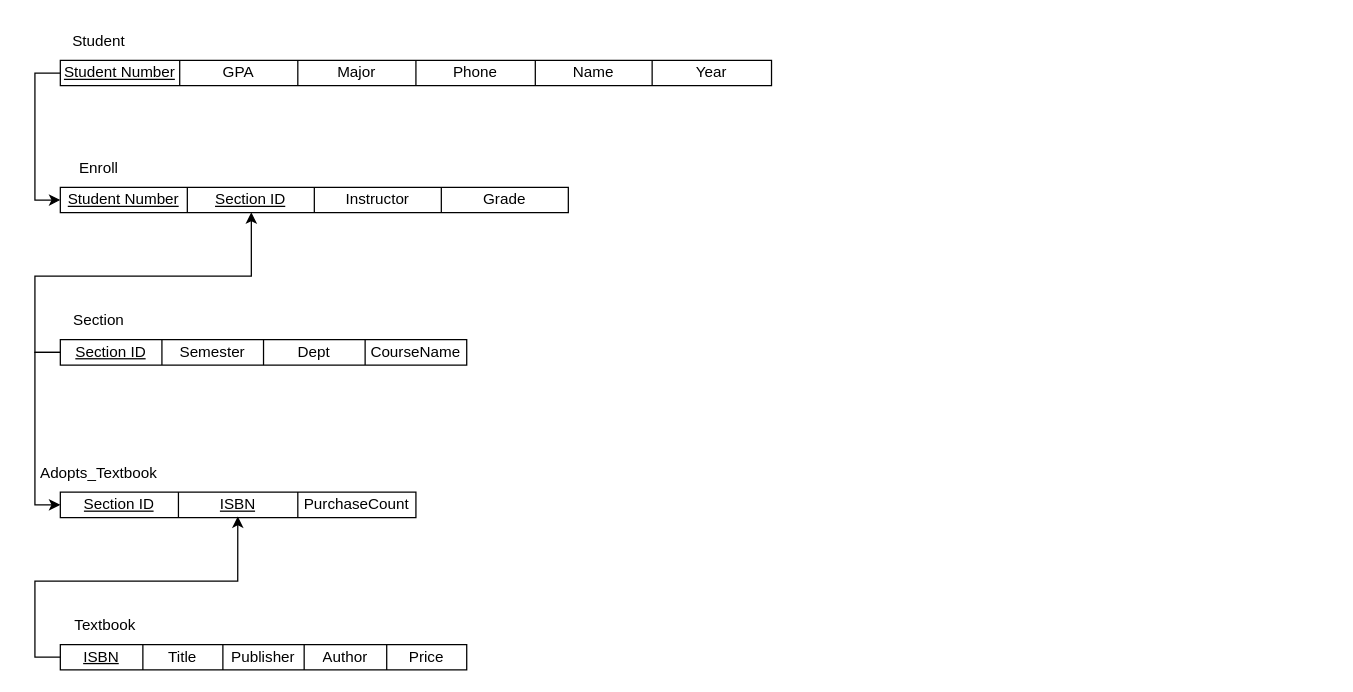
Sion99/C-Programming-for-Beginners keeps this draw.io diagram as 제목 없는 다이어그램.drawio. Above is the earlier version. Source tidied: cells renumbered, new cells numbered last; positions are measured from the earlier drawing's top-left corner, leaving out a move shared by most shapes. Both pictures are drawn from the tidied source at 127%, with x=0, y=0 at pixel (22, 22).
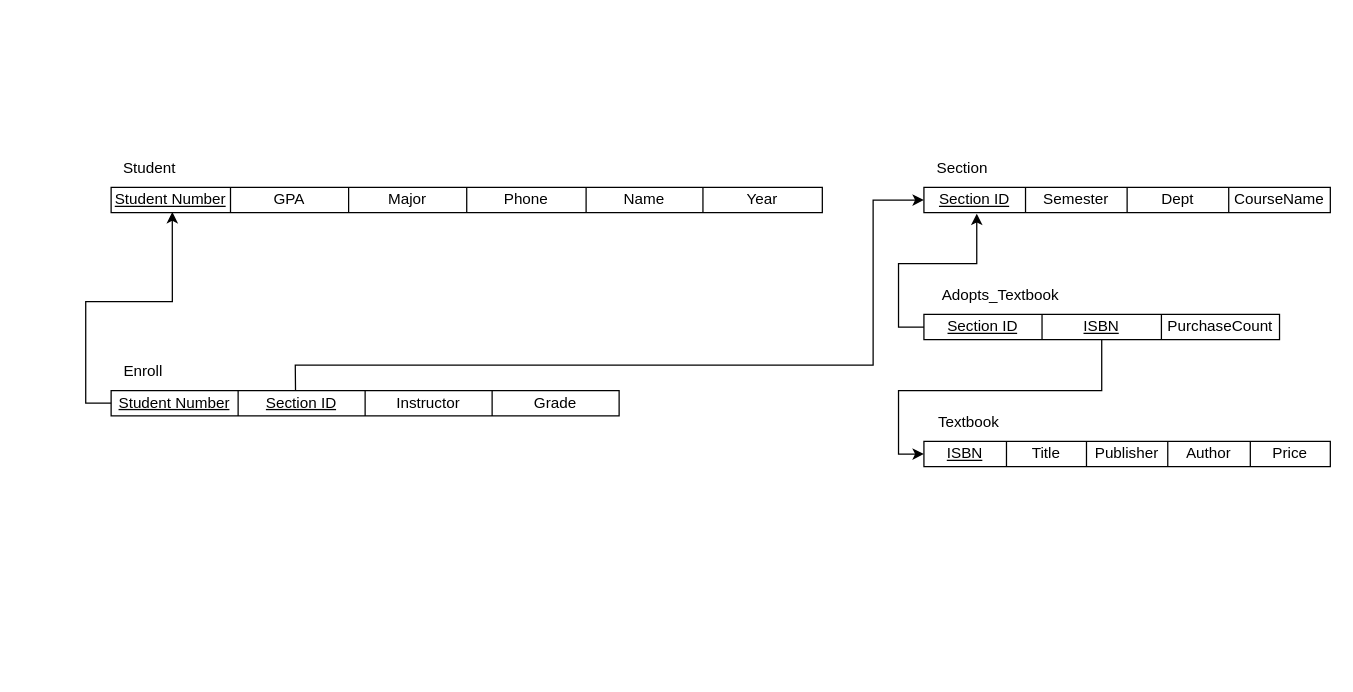
The same diagram, later.

Commit message:
제목 없는 다이어그램.drawio 업데이트

Unchanged cells that the change refers to:
```xml
<mxCell id="3" style="shape=tableRow;horizontal=0;startSize=0;swimlaneHead=0;swimlaneBody=0;top=0;left=0;bottom=0;right=0;fillColor=none;points=[[0,0.5],[1,0.5]];portConstraint=eastwest;" parent="2" vertex="1">
  <mxGeometry width="560" height="20" as="geometry" />
</mxCell>
<mxCell id="12" style="shape=tableRow;horizontal=0;startSize=0;swimlaneHead=0;swimlaneBody=0;top=0;left=0;bottom=0;right=0;fillColor=none;points=[[0,0.5],[1,0.5]];portConstraint=eastwest;" parent="11" vertex="1">
  <mxGeometry width="320" height="20" as="geometry" />
</mxCell>
<mxCell id="19" style="shape=tableRow;horizontal=0;startSize=0;swimlaneHead=0;swimlaneBody=0;top=0;left=0;bottom=0;right=0;fillColor=none;points=[[0,0.5],[1,0.5]];portConstraint=eastwest;" parent="18" vertex="1">
  <mxGeometry width="320" height="20" as="geometry" />
</mxCell>
<mxCell id="27" style="shape=tableRow;horizontal=0;startSize=0;swimlaneHead=0;swimlaneBody=0;top=0;left=0;bottom=0;right=0;fillColor=none;points=[[0,0.5],[1,0.5]];portConstraint=eastwest;" parent="26" vertex="1">
  <mxGeometry width="400" height="20" as="geometry" />
</mxCell>
```

Diff of the diagram source:
```diff
@@
     <mxCell id="2" style="shape=table;html=1;whiteSpace=wrap;startSize=0;childLayout=tableLayout;" parent="1" vertex="1">
-      <mxGeometry x="30" y="30" width="560" height="20" as="geometry" />
+      <mxGeometry x="70" y="130" width="560" height="20" as="geometry" />
     </mxCell>
@@
     <mxCell id="10" value="Student" style="text;html=1;align=center;verticalAlign=middle;strokeColor=none;fillColor=none;" parent="1" vertex="1">
-      <mxGeometry x="30" width="60" height="30" as="geometry" />
+      <mxGeometry x="70" y="100" width="60" height="30" as="geometry" />
     </mxCell>
     <mxCell id="11" style="shape=table;html=1;whiteSpace=wrap;startSize=0;childLayout=tableLayout;" parent="1" vertex="1">
-      <mxGeometry x="30" y="250" width="320" height="20" as="geometry" />
+      <mxGeometry x="710" y="130" width="320" height="20" as="geometry" />
     </mxCell>
@@
     <mxCell id="17" value="Section" style="text;html=1;align=center;verticalAlign=middle;strokeColor=none;fillColor=none;" parent="1" vertex="1">
-      <mxGeometry x="30" y="220" width="60" height="30" as="geometry" />
+      <mxGeometry x="710" y="100" width="60" height="30" as="geometry" />
     </mxCell>
     <mxCell id="18" style="shape=table;html=1;whiteSpace=wrap;startSize=0;childLayout=tableLayout;" parent="1" vertex="1">
-      <mxGeometry x="30" y="490" width="320" height="20" as="geometry" />
+      <mxGeometry x="710" y="330" width="320" height="20" as="geometry" />
     </mxCell>
@@
     <mxCell id="25" value="Textbook" style="text;html=1;align=center;verticalAlign=middle;strokeColor=none;fillColor=none;" parent="1" vertex="1">
-      <mxGeometry x="30" y="460" width="70" height="30" as="geometry" />
+      <mxGeometry x="710" y="300" width="70" height="30" as="geometry" />
     </mxCell>
+    <mxCell id="32" value="Enroll" style="text;html=1;align=center;verticalAlign=middle;strokeColor=none;fillColor=none;" parent="1" vertex="1">
+      <mxGeometry x="70" y="260" width="50" height="30" as="geometry" />
+    </mxCell>
+    <mxCell id="43" style="edgeStyle=orthogonalEdgeStyle;rounded=0;jettySize=auto;html=1;exitX=0.5;exitY=1;exitDx=0;exitDy=0;" parent="1" edge="1" source="33" target="19">
+      <mxGeometry relative="1" as="geometry" />
+    </mxCell>
+    <mxCell id="33" style="shape=table;html=1;whiteSpace=wrap;startSize=0;childLayout=tableLayout;" parent="1" vertex="1">
+      <mxGeometry x="710" y="230" width="280" height="20" as="geometry" />
+    </mxCell>
+    <mxCell id="34" style="shape=tableRow;horizontal=0;startSize=0;swimlaneHead=0;swimlaneBody=0;top=0;left=0;bottom=0;right=0;fillColor=none;points=[[0,0.5],[1,0.5]];portConstraint=eastwest;" parent="33" vertex="1">
+      <mxGeometry width="280" height="20" as="geometry" />
+    </mxCell>
+    <mxCell id="35" value="&lt;u&gt;Section ID&lt;/u&gt;" style="shape=partialRectangle;html=1;whiteSpace=wrap;fillColor=none;top=0;left=0;bottom=0;right=0;overflow=hidden;" parent="34" vertex="1">
+      <mxGeometry width="93" height="20" as="geometry" />
+    </mxCell>
+    <mxCell id="36" value="&lt;u&gt;ISBN&lt;/u&gt;" style="shape=partialRectangle;html=1;whiteSpace=wrap;fillColor=none;top=0;left=0;bottom=0;right=0;overflow=hidden;" parent="34" vertex="1">
+      <mxGeometry x="93" width="94" height="20" as="geometry" />
+    </mxCell>
+    <mxCell id="37" value="PurchaseCount" style="shape=partialRectangle;html=1;whiteSpace=wrap;fillColor=none;top=0;left=0;bottom=0;right=0;overflow=hidden;" parent="34" vertex="1">
+      <mxGeometry x="187" width="93" height="20" as="geometry" />
+    </mxCell>
+    <mxCell id="38" value="Adopts_Textbook" style="text;html=1;align=center;verticalAlign=middle;strokeColor=none;fillColor=none;" parent="1" vertex="1">
+      <mxGeometry x="710" y="200" width="120" height="30" as="geometry" />
+    </mxCell>
     <mxCell id="26" style="shape=table;html=1;whiteSpace=wrap;startSize=0;childLayout=tableLayout;" parent="1" vertex="1">
-      <mxGeometry x="30" y="130" width="400" height="20" as="geometry" />
+      <mxGeometry x="70" y="290" width="400" height="20" as="geometry" />
     </mxCell>
@@
-    <mxCell id="32" value="Enroll" style="text;html=1;align=center;verticalAlign=middle;strokeColor=none;fillColor=none;" parent="1" vertex="1">
-      <mxGeometry x="35" y="100" width="50" height="30" as="geometry" />
-    </mxCell>
-    <mxCell id="33" style="shape=table;html=1;whiteSpace=wrap;startSize=0;childLayout=tableLayout;" parent="1" vertex="1">
-      <mxGeometry x="30" y="370" width="280" height="20" as="geometry" />
-    </mxCell>
-    <mxCell id="34" style="shape=tableRow;horizontal=0;startSize=0;swimlaneHead=0;swimlaneBody=0;top=0;left=0;bottom=0;right=0;fillColor=none;points=[[0,0.5],[1,0.5]];portConstraint=eastwest;" parent="33" vertex="1">
-      <mxGeometry width="280" height="20" as="geometry" />
-    </mxCell>
-    <mxCell id="35" value="&lt;u&gt;Section ID&lt;/u&gt;" style="shape=partialRectangle;html=1;whiteSpace=wrap;fillColor=none;top=0;left=0;bottom=0;right=0;overflow=hidden;" parent="34" vertex="1">
-      <mxGeometry width="93" height="20" as="geometry" />
-    </mxCell>
-    <mxCell id="36" value="&lt;u&gt;ISBN&lt;/u&gt;" style="shape=partialRectangle;html=1;whiteSpace=wrap;fillColor=none;top=0;left=0;bottom=0;right=0;overflow=hidden;" parent="34" vertex="1">
-      <mxGeometry x="93" width="94" height="20" as="geometry" />
-    </mxCell>
-    <mxCell id="37" value="PurchaseCount" style="shape=partialRectangle;html=1;whiteSpace=wrap;fillColor=none;top=0;left=0;bottom=0;right=0;overflow=hidden;" parent="34" vertex="1">
-      <mxGeometry x="187" width="93" height="20" as="geometry" />
-    </mxCell>
-    <mxCell id="38" value="Adopts_Textbook" style="text;html=1;align=center;verticalAlign=middle;strokeColor=none;fillColor=none;" parent="1" vertex="1">
-      <mxGeometry y="340" width="120" height="30" as="geometry" />
-    </mxCell>
-    <mxCell id="39" style="edgeStyle=orthogonalEdgeStyle;rounded=0;jettySize=auto;html=1;exitX=0;exitY=0.5;exitDx=0;exitDy=0;entryX=0;entryY=0.5;entryDx=0;entryDy=0;" parent="1" edge="1" source="3" target="27">
-      <mxGeometry relative="1" as="geometry" />
-    </mxCell>
-    <mxCell id="40" style="edgeStyle=orthogonalEdgeStyle;rounded=0;jettySize=auto;html=1;exitX=0;exitY=0.5;exitDx=0;exitDy=0;entryX=0.376;entryY=0.986;entryDx=0;entryDy=0;entryPerimeter=0;" parent="1" edge="1" source="12" target="27">
-      <mxGeometry relative="1" as="geometry" />
-    </mxCell>
-    <mxCell id="41" style="edgeStyle=orthogonalEdgeStyle;rounded=0;jettySize=auto;html=1;exitX=0;exitY=0.5;exitDx=0;exitDy=0;entryX=0;entryY=0.5;entryDx=0;entryDy=0;" parent="1" edge="1" source="12" target="34">
-      <mxGeometry relative="1" as="geometry" />
-    </mxCell>
-    <mxCell id="42" style="edgeStyle=orthogonalEdgeStyle;rounded=0;jettySize=auto;html=1;exitX=0;exitY=0.5;exitDx=0;exitDy=0;entryX=0.499;entryY=0.957;entryDx=0;entryDy=0;entryPerimeter=0;" parent="1" edge="1" source="19" target="34">
-      <mxGeometry relative="1" as="geometry" />
-    </mxCell>
+    <mxCell id="44" style="edgeStyle=orthogonalEdgeStyle;rounded=0;jettySize=auto;html=1;exitX=0;exitY=0.5;exitDx=0;exitDy=0;entryX=0.13;entryY=1.036;entryDx=0;entryDy=0;entryPerimeter=0;" parent="1" edge="1" source="34" target="12">
+      <mxGeometry relative="1" as="geometry" />
+    </mxCell>
+    <mxCell id="45" style="edgeStyle=orthogonalEdgeStyle;rounded=0;jettySize=auto;html=1;exitX=0;exitY=0.5;exitDx=0;exitDy=0;entryX=0.086;entryY=0.969;entryDx=0;entryDy=0;entryPerimeter=0;" parent="1" edge="1" source="27" target="3">
+      <mxGeometry relative="1" as="geometry" />
+    </mxCell>
+    <mxCell id="46" style="endArrow=classic;html=1;rounded=0;exitX=0.363;exitY=0.017;exitDx=0;exitDy=0;exitPerimeter=0;entryX=0;entryY=0.5;entryDx=0;entryDy=0;" parent="1" edge="1" source="27" target="12">
+      <mxGeometry relative="1" as="geometry">
+        <Array as="points">
+          <mxPoint x="215" y="270" />
+          <mxPoint x="670" y="270" />
+          <mxPoint x="670" y="140" />
+        </Array>
+      </mxGeometry>
+    </mxCell>
```
